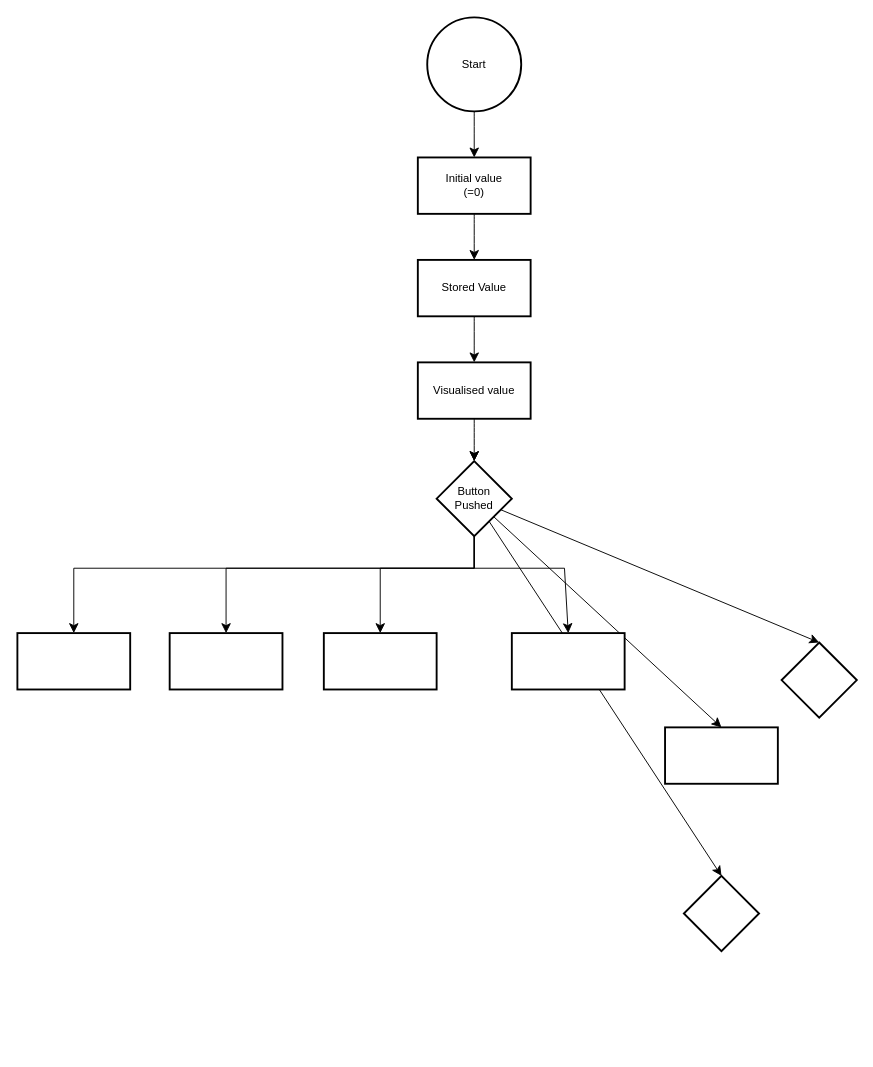
Earlier version of the draw.io diagram Calculator.drawio (JangHyeongJun-0523/IoT_Project). Source tidied: cells renumbered, new cells numbered last; positions are measured from the earlier drawing's top-left corner, leaving out a move shared by most shapes. Both pictures are drawn from the tidied source at 94%, with x=0, y=0 at pixel (17, 17).
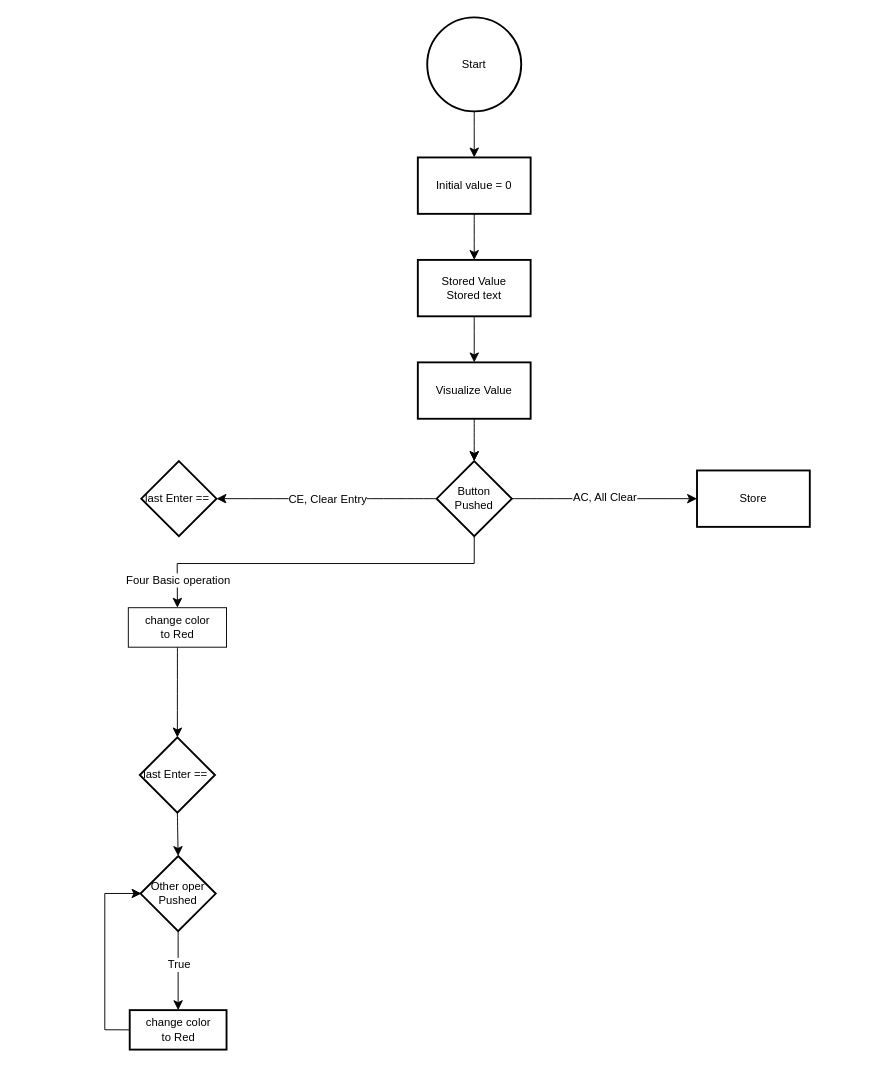
The same page after the edit.

The change refers to these unchanged cells:
```xml
<mxCell id="15" value="Button&lt;br&gt;Pushed" style="rhombus;whiteSpace=wrap;html=1;strokeWidth=2;" parent="1" vertex="1">
  <mxGeometry x="446" y="472" width="80" height="80" as="geometry" />
</mxCell>
```

Diff of the diagram source:
```diff
@@
-    <mxCell id="7" value="Initial value&lt;div&gt;(=0)&lt;/div&gt;" style="whiteSpace=wrap;html=1;strokeWidth=2;" parent="1" vertex="1">
+    <mxCell id="7" value="Initial value&amp;nbsp;&lt;span style=&quot;background-color: initial;&quot;&gt;= 0&lt;/span&gt;" style="whiteSpace=wrap;html=1;strokeWidth=2;" parent="1" vertex="1">
       <mxGeometry x="426" y="149" width="120" height="60" as="geometry" />
     </mxCell>
-    <mxCell id="8" style="edgeStyle=none;curved=0;rounded=0;jettySize=auto;html=1;fontSize=12;startSize=8;endSize=8;entryX=0.5;entryY=0;entryDx=0;entryDy=0;" parent="1" edge="1" source="15" target="16">
-      <mxGeometry relative="1" as="geometry">
-        <Array as="points">
-          <mxPoint x="486" y="586" />
-          <mxPoint x="222" y="586" />
-        </Array>
-      </mxGeometry>
-    </mxCell>
-    <mxCell id="9" style="edgeStyle=none;curved=0;rounded=0;jettySize=auto;html=1;fontSize=12;startSize=8;endSize=8;entryX=0.5;entryY=0;entryDx=0;entryDy=0;" parent="1" edge="1" source="15" target="17">
-      <mxGeometry relative="1" as="geometry">
-        <Array as="points">
-          <mxPoint x="486" y="586" />
-          <mxPoint x="386" y="586" />
-        </Array>
-      </mxGeometry>
-    </mxCell>
-    <mxCell id="10" style="edgeStyle=none;curved=0;rounded=0;jettySize=auto;html=1;fontSize=12;startSize=8;endSize=8;entryX=0.5;entryY=0;entryDx=0;entryDy=0;exitX=0.5;exitY=1;exitDx=0;exitDy=0;" parent="1" edge="1" source="15" target="18">
-      <mxGeometry relative="1" as="geometry">
-        <Array as="points">
-          <mxPoint x="486" y="586" />
-          <mxPoint x="582" y="586" />
-        </Array>
-      </mxGeometry>
-    </mxCell>
-    <mxCell id="11" style="edgeStyle=none;curved=0;rounded=0;jettySize=auto;html=1;fontSize=12;startSize=8;endSize=8;entryX=0.5;entryY=0;entryDx=0;entryDy=0;" parent="1" edge="1" source="15" target="19">
-      <mxGeometry relative="1" as="geometry" />
-    </mxCell>
-    <mxCell id="12" style="edgeStyle=none;curved=0;rounded=0;jettySize=auto;html=1;fontSize=12;startSize=8;endSize=8;entryX=0.5;entryY=0;entryDx=0;entryDy=0;" parent="1" edge="1" source="15" target="20">
-      <mxGeometry relative="1" as="geometry" />
-    </mxCell>
-    <mxCell id="13" style="edgeStyle=none;curved=0;rounded=0;jettySize=auto;html=1;fontSize=12;startSize=8;endSize=8;entryX=0.5;entryY=0;entryDx=0;entryDy=0;" parent="1" edge="1" source="15" target="21">
-      <mxGeometry relative="1" as="geometry" />
-    </mxCell>
-    <mxCell id="14" style="edgeStyle=none;curved=0;rounded=0;jettySize=auto;html=1;fontSize=12;startSize=8;endSize=8;entryX=0.5;entryY=0;entryDx=0;entryDy=0;" parent="1" edge="1" source="15" target="22">
-      <mxGeometry relative="1" as="geometry">
-        <Array as="points">
-          <mxPoint x="486" y="586" />
-          <mxPoint x="60" y="586" />
-        </Array>
-      </mxGeometry>
-    </mxCell>
+    <mxCell id="26" style="edgeStyle=none;curved=0;rounded=0;jettySize=auto;html=1;fontSize=12;startSize=8;endSize=8;entryX=0.5;entryY=0;entryDx=0;entryDy=0;" parent="1" edge="1" source="15" target="38">
+      <mxGeometry relative="1" as="geometry">
+        <Array as="points">
+          <mxPoint x="486" y="581" />
+          <mxPoint x="170" y="581" />
+        </Array>
+      </mxGeometry>
+    </mxCell>
+    <mxCell id="27" value="&lt;span style=&quot;text-wrap: wrap;&quot;&gt;Four&amp;nbsp;&lt;/span&gt;&lt;span style=&quot;text-wrap: wrap; background-color: initial;&quot;&gt;Basic&amp;nbsp;&lt;/span&gt;&lt;span style=&quot;text-wrap: wrap;&quot;&gt;operation&lt;/span&gt;" style="edgeLabel;html=1;align=center;verticalAlign=middle;fontSize=12;" parent="26" vertex="1">
+      <mxGeometry x="0.87" relative="1" as="geometry">
+        <mxPoint y="-4" as="offset" />
+      </mxGeometry>
+    </mxCell>
+    <mxCell id="28" style="edgeStyle=none;curved=1;rounded=0;jettySize=auto;html=1;fontSize=12;startSize=8;endSize=8;" parent="1" edge="1" source="15" target="39">
+      <mxGeometry relative="1" as="geometry" />
+    </mxCell>
+    <mxCell id="29" value="CE, Clear Entry" style="edgeLabel;html=1;align=center;verticalAlign=middle;fontSize=12;" parent="28" vertex="1">
+      <mxGeometry x="-0.17" y="-1" relative="1" as="geometry">
+        <mxPoint x="-20" y="1" as="offset" />
+      </mxGeometry>
+    </mxCell>
+    <mxCell id="30" style="edgeStyle=none;curved=1;rounded=0;jettySize=auto;html=1;fontSize=12;startSize=8;endSize=8;entryX=0;entryY=0.5;entryDx=0;entryDy=0;" parent="1" edge="1" source="15" target="42">
+      <mxGeometry relative="1" as="geometry" />
+    </mxCell>
+    <mxCell id="31" value="AC, All Clear" style="edgeLabel;html=1;align=center;verticalAlign=middle;fontSize=12;" parent="30" vertex="1">
+      <mxGeometry y="2" relative="1" as="geometry">
+        <mxPoint x="-1" as="offset" />
+      </mxGeometry>
+    </mxCell>
@@
-    <mxCell id="16" style="whiteSpace=wrap;html=1;strokeWidth=2;" parent="1" vertex="1">
-      <mxGeometry x="162" y="655" width="120" height="60" as="geometry" />
-    </mxCell>
-    <mxCell id="17" style="whiteSpace=wrap;html=1;strokeWidth=2;" parent="1" vertex="1">
-      <mxGeometry x="326" y="655" width="120" height="60" as="geometry" />
-    </mxCell>
-    <mxCell id="18" style="whiteSpace=wrap;html=1;strokeWidth=2;" parent="1" vertex="1">
-      <mxGeometry x="526" y="655" width="120" height="60" as="geometry" />
-    </mxCell>
-    <mxCell id="19" style="whiteSpace=wrap;html=1;strokeWidth=2;" parent="1" vertex="1">
-      <mxGeometry x="689" y="755.3" width="120" height="60" as="geometry" />
-    </mxCell>
-    <mxCell id="20" style="rhombus;whiteSpace=wrap;html=1;strokeWidth=2;" parent="1" vertex="1">
-      <mxGeometry x="813" y="665" width="80" height="80" as="geometry" />
-    </mxCell>
-    <mxCell id="21" style="rhombus;whiteSpace=wrap;html=1;strokeWidth=2;" parent="1" vertex="1">
-      <mxGeometry x="709" y="913.3" width="80" height="80" as="geometry" />
-    </mxCell>
-    <mxCell id="22" style="whiteSpace=wrap;html=1;strokeWidth=2;" parent="1" vertex="1">
-      <mxGeometry y="655" width="120" height="60" as="geometry" />
-    </mxCell>
@@
-    <mxCell id="24" value="Visualised value" style="whiteSpace=wrap;html=1;strokeWidth=2;" parent="1" vertex="1">
+    <mxCell id="24" value="Visualize Value" style="whiteSpace=wrap;html=1;strokeWidth=2;" parent="1" vertex="1">
       <mxGeometry x="426" y="367" width="120" height="60" as="geometry" />
     </mxCell>
-    <mxCell id="25" value="Stored Value" style="whiteSpace=wrap;html=1;strokeWidth=2;" parent="1" vertex="1">
+    <mxCell id="25" value="Stored Value&lt;div&gt;Stored text&lt;/div&gt;" style="whiteSpace=wrap;html=1;strokeWidth=2;" parent="1" vertex="1">
       <mxGeometry x="426" y="258" width="120" height="60" as="geometry" />
     </mxCell>
+    <mxCell id="32" style="edgeStyle=none;curved=1;rounded=0;jettySize=auto;html=1;fontSize=12;startSize=8;endSize=8;" parent="1" edge="1" source="34" target="36">
+      <mxGeometry relative="1" as="geometry" />
+    </mxCell>
+    <mxCell id="33" value="True" style="edgeLabel;html=1;align=center;verticalAlign=middle;fontSize=12;" parent="32" vertex="1">
+      <mxGeometry x="-0.41" relative="1" as="geometry">
+        <mxPoint y="10" as="offset" />
+      </mxGeometry>
+    </mxCell>
+    <mxCell id="34" value="&lt;div&gt;&lt;span style=&quot;background-color: initial;&quot;&gt;Other oper&lt;/span&gt;&lt;/div&gt;&lt;div&gt;&lt;span style=&quot;background-color: initial;&quot;&gt;Pushed&lt;/span&gt;&lt;/div&gt;" style="rhombus;whiteSpace=wrap;html=1;strokeWidth=2;" parent="1" vertex="1">
+      <mxGeometry x="131" y="892.1" width="80" height="80" as="geometry" />
+    </mxCell>
+    <mxCell id="35" style="edgeStyle=none;curved=0;rounded=0;jettySize=auto;html=1;exitX=0;exitY=0.5;exitDx=0;exitDy=0;fontSize=12;startSize=8;endSize=8;" parent="1" edge="1" source="36">
+      <mxGeometry relative="1" as="geometry">
+        <mxPoint x="132" y="932" as="targetPoint" />
+        <Array as="points">
+          <mxPoint x="93" y="1077" />
+          <mxPoint x="93" y="932" />
+        </Array>
+      </mxGeometry>
+    </mxCell>
+    <mxCell id="36" value="change color&lt;div&gt;to Red&lt;/div&gt;" style="whiteSpace=wrap;html=1;strokeWidth=2;" parent="1" vertex="1">
+      <mxGeometry x="119.5" y="1056.1" width="103" height="42" as="geometry" />
+    </mxCell>
+    <mxCell id="37" style="edgeStyle=none;curved=1;rounded=0;jettySize=auto;html=1;exitX=0.5;exitY=1;exitDx=0;exitDy=0;entryX=0.5;entryY=0;entryDx=0;entryDy=0;fontSize=12;startSize=8;endSize=8;" parent="1" edge="1" source="38" target="41">
+      <mxGeometry relative="1" as="geometry" />
+    </mxCell>
+    <mxCell id="38" value="change color&lt;div&gt;to Red&lt;/div&gt;" style="rounded=0;whiteSpace=wrap;html=1;" parent="1" vertex="1">
+      <mxGeometry x="118" y="628" width="104.5" height="42" as="geometry" />
+    </mxCell>
+    <mxCell id="39" value="last Enter ==&amp;nbsp;" style="rhombus;whiteSpace=wrap;html=1;strokeWidth=2;" parent="1" vertex="1">
+      <mxGeometry x="131.8" y="472" width="80" height="80" as="geometry" />
+    </mxCell>
+    <mxCell id="40" style="edgeStyle=none;curved=1;rounded=0;jettySize=auto;html=1;exitX=0.5;exitY=1;exitDx=0;exitDy=0;entryX=0.5;entryY=0;entryDx=0;entryDy=0;fontSize=12;startSize=8;endSize=8;" parent="1" edge="1" source="41" target="34">
+      <mxGeometry relative="1" as="geometry" />
+    </mxCell>
+    <mxCell id="41" value="last Enter ==&amp;nbsp;" style="rhombus;whiteSpace=wrap;html=1;strokeWidth=2;" parent="1" vertex="1">
+      <mxGeometry x="130.2" y="766" width="80" height="80" as="geometry" />
+    </mxCell>
+    <mxCell id="42" value="Store" style="whiteSpace=wrap;html=1;strokeWidth=2;" parent="1" vertex="1">
+      <mxGeometry x="723" y="482" width="120" height="60" as="geometry" />
+    </mxCell>
```
